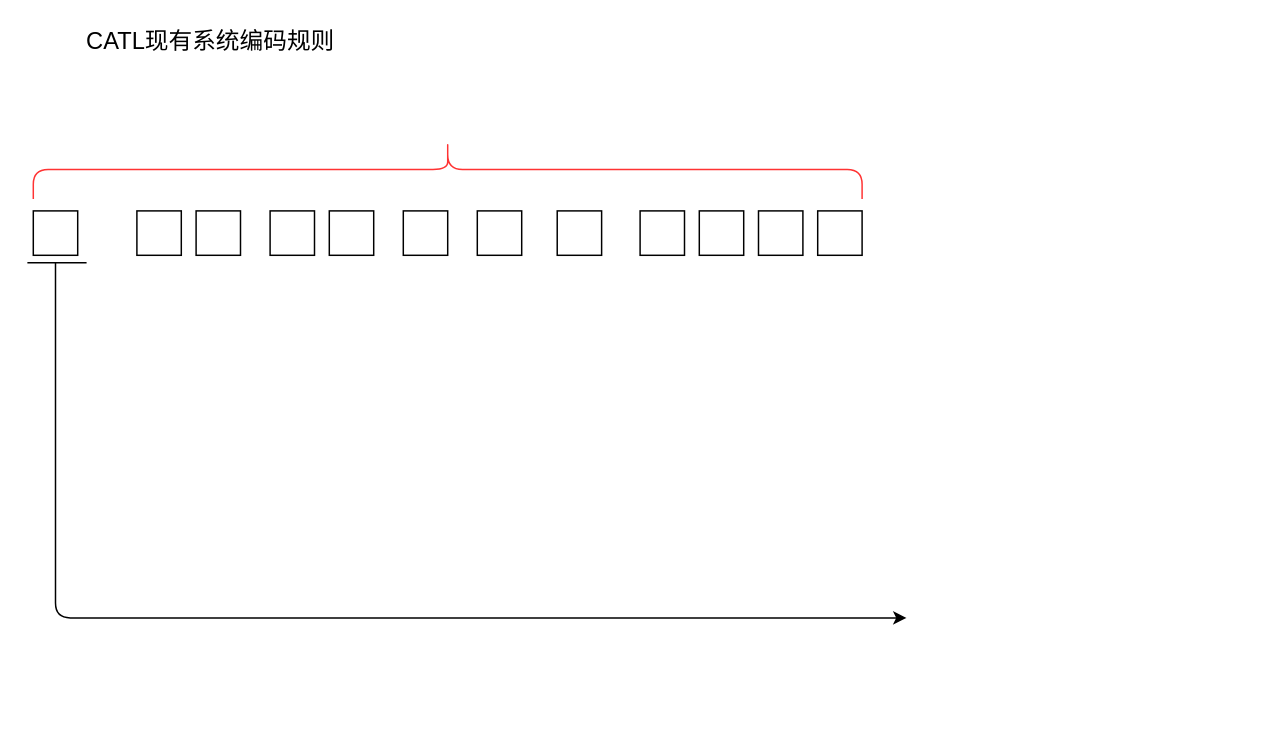
This is Untitled Diagram.drawio from gaoheran217/cloudImg, a draw.io file, before an edit. Source tidied: cells renumbered, new cells numbered last; positions are measured from the earlier drawing's top-left corner, leaving out a move shared by most shapes. Both pictures are drawn from the tidied source at 148%, with x=0, y=0 at pixel (27, -246).
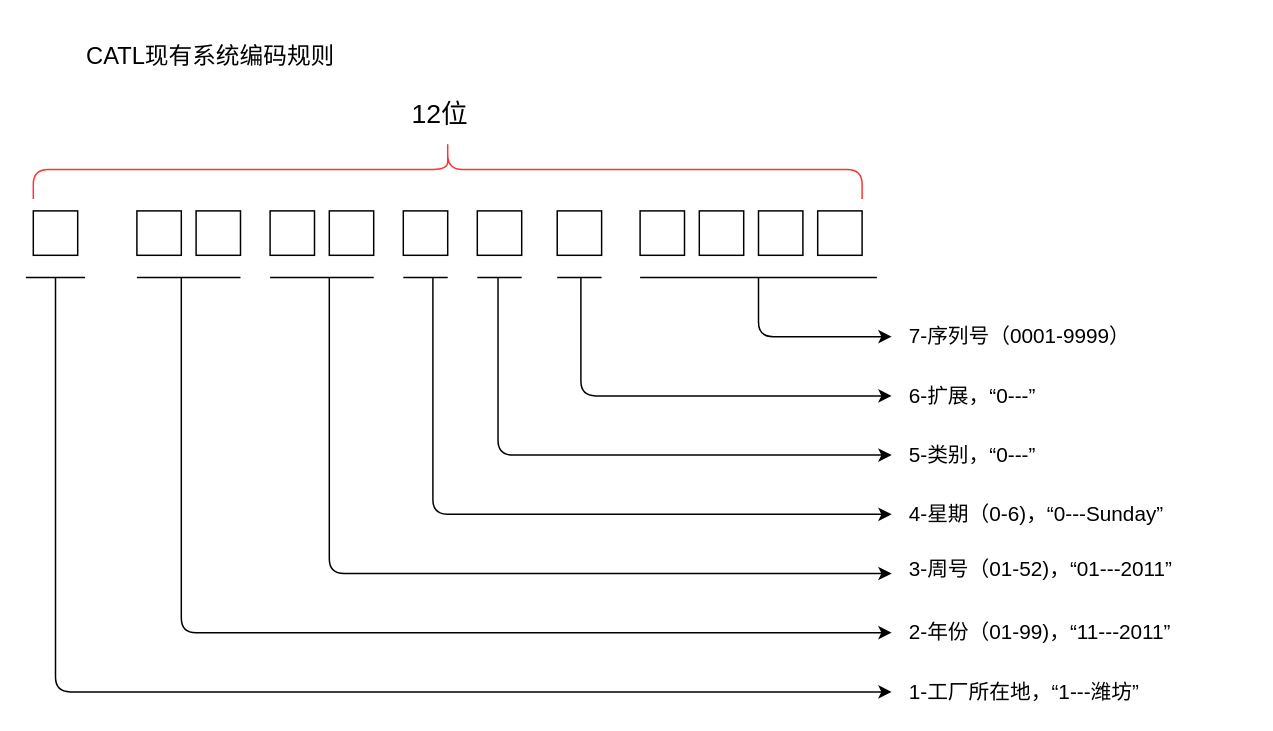
The same page after the edit.

The edit, as a diff of the source:
```diff
@@
     <mxCell id="15" value="&lt;font style=&quot;font-size: 16px&quot;&gt;CATL现有系统编码规则&lt;/font&gt;" style="text;html=1;strokeColor=none;fillColor=none;align=center;verticalAlign=middle;whiteSpace=wrap;rounded=0;" parent="1" vertex="1">
-      <mxGeometry x="34" y="183" width="180" height="20" as="geometry" />
+      <mxGeometry x="34" y="193" width="180" height="20" as="geometry" />
     </mxCell>
     <mxCell id="16" style="endArrow=none;html=1;" parent="1" edge="1">
       <mxGeometry relative="1" as="geometry">
-        <mxPoint y="343" as="sourcePoint" />
-        <mxPoint x="40" y="343" as="targetPoint" />
+        <mxPoint x="-1" y="353" as="sourcePoint" />
+        <mxPoint x="39" y="353" as="targetPoint" />
       </mxGeometry>
     </mxCell>
     <mxCell id="17" style="endArrow=classic;html=1;" parent="1" edge="1">
       <mxGeometry relative="1" as="geometry">
-        <mxPoint x="19" y="343" as="sourcePoint" />
-        <mxPoint x="594" y="583" as="targetPoint" />
+        <mxPoint x="19" y="353" as="sourcePoint" />
+        <mxPoint x="584" y="633" as="targetPoint" />
         <Array as="points">
-          <mxPoint x="19" y="583" />
+          <mxPoint x="19" y="633" />
+          <mxPoint x="304" y="633" />
         </Array>
       </mxGeometry>
     </mxCell>
+    <mxCell id="18" value="&lt;font style=&quot;font-size: 14px&quot;&gt;1-工厂所在地，“1---潍坊”&lt;/font&gt;" style="text;html=1;strokeColor=none;fillColor=none;align=left;verticalAlign=middle;whiteSpace=wrap;rounded=0;" parent="1" vertex="1">
+      <mxGeometry x="594" y="623" width="230" height="20" as="geometry" />
+    </mxCell>
+    <mxCell id="19" style="endArrow=none;html=1;" parent="1" edge="1">
+      <mxGeometry relative="1" as="geometry">
+        <mxPoint x="414" y="353" as="sourcePoint" />
+        <mxPoint x="574" y="353" as="targetPoint" />
+      </mxGeometry>
+    </mxCell>
+    <mxCell id="20" style="endArrow=classic;html=1;" parent="1" edge="1">
+      <mxGeometry relative="1" as="geometry">
+        <mxPoint x="494" y="353" as="sourcePoint" />
+        <mxPoint x="584" y="393" as="targetPoint" />
+        <Array as="points">
+          <mxPoint x="494" y="393" />
+          <mxPoint x="534" y="393" />
+        </Array>
+      </mxGeometry>
+    </mxCell>
+    <mxCell id="21" style="endArrow=none;html=1;" parent="1" edge="1">
+      <mxGeometry relative="1" as="geometry">
+        <mxPoint x="358" y="353" as="sourcePoint" />
+        <mxPoint x="388" y="353" as="targetPoint" />
+      </mxGeometry>
+    </mxCell>
+    <mxCell id="22" style="endArrow=classic;html=1;" parent="1" edge="1">
+      <mxGeometry relative="1" as="geometry">
+        <mxPoint x="374" y="353" as="sourcePoint" />
+        <mxPoint x="584" y="433" as="targetPoint" />
+        <Array as="points">
+          <mxPoint x="374" y="433" />
+        </Array>
+      </mxGeometry>
+    </mxCell>
+    <mxCell id="23" style="endArrow=none;html=1;" parent="1" edge="1">
+      <mxGeometry relative="1" as="geometry">
+        <mxPoint x="304" y="353" as="sourcePoint" />
+        <mxPoint x="334" y="353" as="targetPoint" />
+      </mxGeometry>
+    </mxCell>
+    <mxCell id="24" style="endArrow=none;html=1;" parent="1" edge="1">
+      <mxGeometry relative="1" as="geometry">
+        <mxPoint x="254" y="353" as="sourcePoint" />
+        <mxPoint x="284" y="353" as="targetPoint" />
+      </mxGeometry>
+    </mxCell>
+    <mxCell id="25" style="endArrow=none;html=1;" parent="1" edge="1">
+      <mxGeometry relative="1" as="geometry">
+        <mxPoint x="164" y="353" as="sourcePoint" />
+        <mxPoint x="234" y="353" as="targetPoint" />
+      </mxGeometry>
+    </mxCell>
+    <mxCell id="26" style="endArrow=none;html=1;" parent="1" edge="1">
+      <mxGeometry relative="1" as="geometry">
+        <mxPoint x="74" y="353" as="sourcePoint" />
+        <mxPoint x="144" y="353" as="targetPoint" />
+      </mxGeometry>
+    </mxCell>
+    <mxCell id="27" style="endArrow=classic;html=1;" parent="1" edge="1">
+      <mxGeometry relative="1" as="geometry">
+        <mxPoint x="318" y="353" as="sourcePoint" />
+        <mxPoint x="584" y="473" as="targetPoint" />
+        <Array as="points">
+          <mxPoint x="318" y="473" />
+          <mxPoint x="454" y="473" />
+        </Array>
+      </mxGeometry>
+    </mxCell>
+    <mxCell id="28" style="endArrow=classic;html=1;" parent="1" edge="1">
+      <mxGeometry relative="1" as="geometry">
+        <mxPoint x="274" y="353" as="sourcePoint" />
+        <mxPoint x="584" y="513" as="targetPoint" />
+        <Array as="points">
+          <mxPoint x="274" y="513" />
+          <mxPoint x="424" y="513" />
+        </Array>
+      </mxGeometry>
+    </mxCell>
+    <mxCell id="29" style="endArrow=classic;html=1;" parent="1" edge="1">
+      <mxGeometry relative="1" as="geometry">
+        <mxPoint x="204" y="353" as="sourcePoint" />
+        <mxPoint x="584" y="553" as="targetPoint" />
+        <Array as="points">
+          <mxPoint x="204" y="553" />
+          <mxPoint x="404" y="553" />
+        </Array>
+      </mxGeometry>
+    </mxCell>
+    <mxCell id="30" style="endArrow=classic;html=1;" parent="1" edge="1">
+      <mxGeometry relative="1" as="geometry">
+        <mxPoint x="104" y="353" as="sourcePoint" />
+        <mxPoint x="584" y="593" as="targetPoint" />
+        <Array as="points">
+          <mxPoint x="104" y="593" />
+          <mxPoint x="344" y="593" />
+        </Array>
+      </mxGeometry>
+    </mxCell>
+    <mxCell id="31" value="&lt;font style=&quot;font-size: 14px&quot;&gt;2-年份（01-99)，“11---2011”&lt;/font&gt;" style="text;html=1;strokeColor=none;fillColor=none;align=left;verticalAlign=middle;whiteSpace=wrap;rounded=0;" parent="1" vertex="1">
+      <mxGeometry x="594" y="583" width="230" height="20" as="geometry" />
+    </mxCell>
+    <mxCell id="32" value="&lt;font style=&quot;font-size: 14px&quot;&gt;3-周号（01-52)，“01---2011”&lt;/font&gt;" style="text;html=1;strokeColor=none;fillColor=none;align=left;verticalAlign=middle;whiteSpace=wrap;rounded=0;" parent="1" vertex="1">
+      <mxGeometry x="594" y="540" width="230" height="20" as="geometry" />
+    </mxCell>
+    <mxCell id="33" value="&lt;font style=&quot;font-size: 14px&quot;&gt;4-星期（0-6)，“0---Sunday”&lt;/font&gt;" style="text;html=1;strokeColor=none;fillColor=none;align=left;verticalAlign=middle;whiteSpace=wrap;rounded=0;" parent="1" vertex="1">
+      <mxGeometry x="594" y="503" width="230" height="20" as="geometry" />
+    </mxCell>
+    <mxCell id="34" value="&lt;font style=&quot;font-size: 14px&quot;&gt;5-类别，“0---”&lt;/font&gt;" style="text;html=1;strokeColor=none;fillColor=none;align=left;verticalAlign=middle;whiteSpace=wrap;rounded=0;" parent="1" vertex="1">
+      <mxGeometry x="594" y="463" width="230" height="20" as="geometry" />
+    </mxCell>
+    <mxCell id="35" value="&lt;font style=&quot;font-size: 14px&quot;&gt;6-扩展，“0---”&lt;/font&gt;" style="text;html=1;strokeColor=none;fillColor=none;align=left;verticalAlign=middle;whiteSpace=wrap;rounded=0;" parent="1" vertex="1">
+      <mxGeometry x="594" y="423" width="230" height="20" as="geometry" />
+    </mxCell>
+    <mxCell id="36" value="&lt;font style=&quot;font-size: 14px&quot;&gt;7-序列号（0001-9999）&lt;/font&gt;" style="text;html=1;strokeColor=none;fillColor=none;align=left;verticalAlign=middle;whiteSpace=wrap;rounded=0;" parent="1" vertex="1">
+      <mxGeometry x="594" y="383" width="230" height="20" as="geometry" />
+    </mxCell>
+    <mxCell id="37" value="12位" style="text;html=1;strokeColor=none;fillColor=none;align=center;verticalAlign=middle;whiteSpace=wrap;rounded=0;fontSize=18;" parent="1" vertex="1">
+      <mxGeometry x="244" y="233" width="70" height="20" as="geometry" />
+    </mxCell>
```
